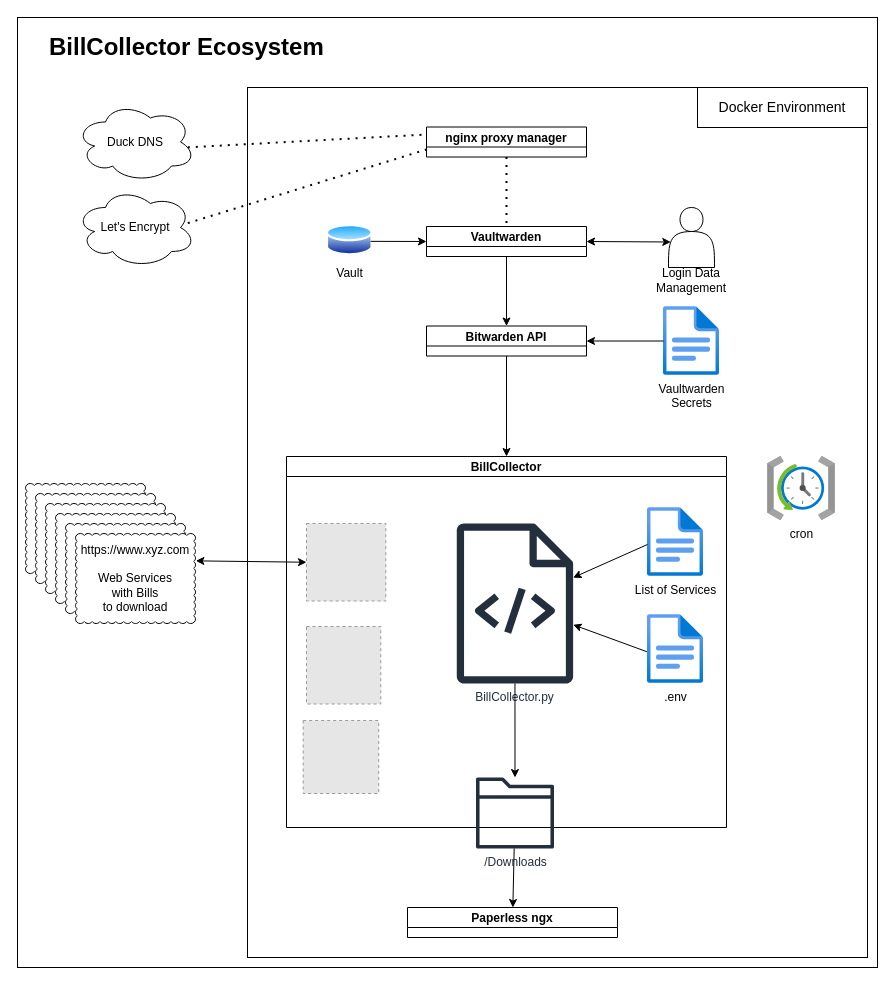
Before: page "Seite-1" (1 of 2) of doc/BillCollector.drawio in s-t-e-f-a-n/BillCollector, a draw.io diagram. Source tidied: cells renumbered, new cells numbered last; positions are measured from the earlier drawing's top-left corner, leaving out a move shared by most shapes. Both pictures are drawn from the tidied source at 100%, with x=0, y=0 at pixel (17, 17). Pictures stored in the file or linked from it are replaced by grey dashed boxes.
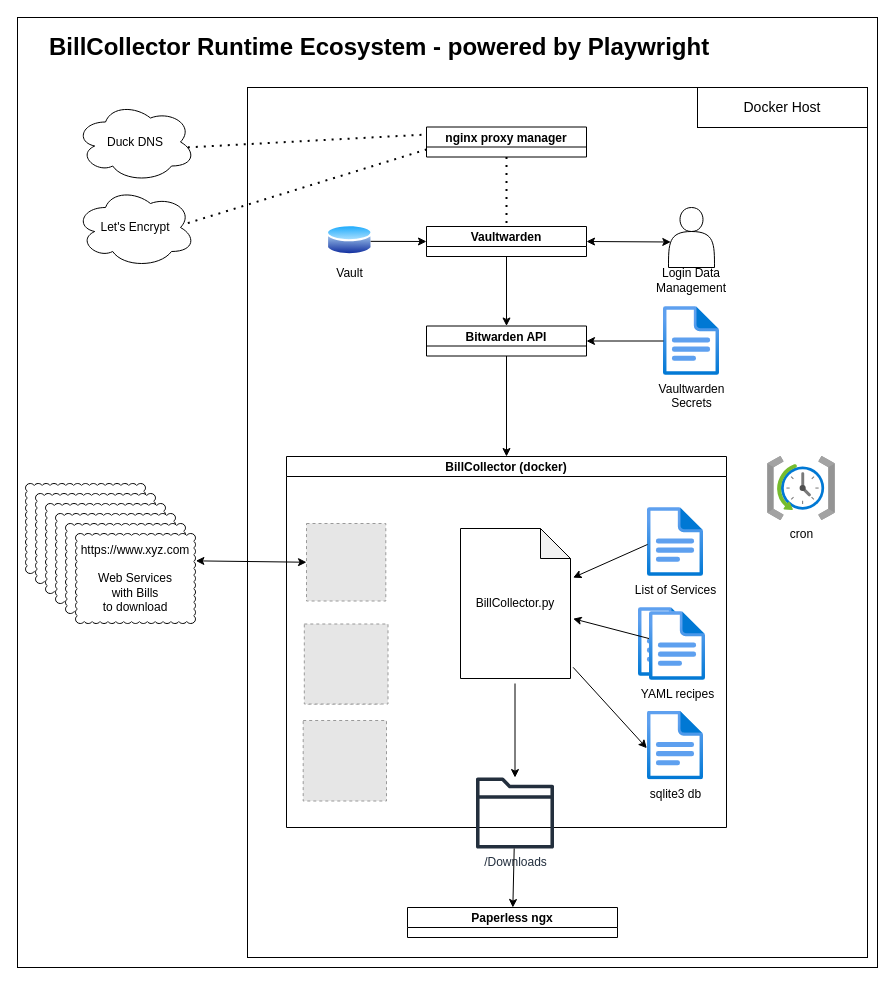
The same diagram, later.

Commit message (it also covers changes not shown here):
Added repo blockdiagram.

The change refers to these unchanged cells:
```xml
<mxCell id="11" value="List of Services" style="image;html=1;points=[];align=center;fontSize=12;image=img/lib/azure2/general/File.svg;" parent="10" vertex="1">
  <mxGeometry x="361" y="51" width="56" height="69" as="geometry" />
</mxCell>
<mxCell id="17" value="/Downloads" style="sketch=0;outlineConnect=0;fontColor=#232F3E;gradientColor=none;fillColor=#232F3D;strokeColor=none;dashed=0;verticalLabelPosition=bottom;verticalAlign=top;align=center;html=1;fontSize=12;fontStyle=0;shape=mxgraph.aws4.folder;" parent="10" vertex="1">
  <mxGeometry x="189.5" y="321" width="78" height="71" as="geometry" />
</mxCell>
```

Diff of the diagram source:
```diff
@@
-    <mxCell id="4" value="&lt;div align=&quot;left&quot;&gt;BillCollector Ecosystem&lt;/div&gt;" style="text;strokeColor=none;fillColor=none;html=1;fontSize=24;fontStyle=1;verticalAlign=middle;align=left;" parent="1" vertex="1">
-      <mxGeometry x="30" y="10" width="300" height="40" as="geometry" />
+    <mxCell id="4" value="&lt;div align=&quot;left&quot;&gt;BillCollector Runtime Ecosystem - powered by Playwright&lt;/div&gt;" style="text;strokeColor=none;fillColor=none;html=1;fontSize=24;fontStyle=1;verticalAlign=middle;align=left;" parent="1" vertex="1">
+      <mxGeometry x="30" y="10" width="390" height="40" as="geometry" />
     </mxCell>
@@
-    <mxCell id="10" value="BillCollector" style="swimlane;startSize=20;" parent="1" vertex="1">
+    <mxCell id="10" value="BillCollector (docker)" style="swimlane;startSize=20;" parent="1" vertex="1">
       <mxGeometry x="269" y="439" width="440" height="371" as="geometry" />
     </mxCell>
@@
     <mxCell id="14" style="fillColor=#E6E6E6;strokeColor=#999999;dashed=1;verticalLabelPosition=bottom;labelBackgroundColor=default;verticalAlign=top;" parent="10" vertex="1">
-      <mxGeometry x="16.7" y="264" width="75.5" height="73" as="geometry" />
+      <mxGeometry x="16.7" y="264" width="83.3" height="80.5" as="geometry" />
     </mxCell>
-    <mxCell id="15" value="BillCollector.py" style="sketch=0;outlineConnect=0;fontColor=#232F3E;gradientColor=none;fillColor=#232F3D;strokeColor=none;dashed=0;verticalLabelPosition=bottom;verticalAlign=top;align=center;html=1;fontSize=12;fontStyle=0;shape=mxgraph.aws4.source_code;" parent="10" vertex="1">
-      <mxGeometry x="170" y="67" width="116.9" height="160" as="geometry" />
-    </mxCell>
-    <mxCell id="16" style="endArrow=classic;html=1;rounded=0;exitX=0;exitY=0.536;exitDx=0;exitDy=0;exitPerimeter=0;" parent="10" edge="1" source="11" target="15">
-      <mxGeometry relative="1" as="geometry" />
+    <mxCell id="16" style="endArrow=classic;html=1;rounded=0;exitX=0;exitY=0.536;exitDx=0;exitDy=0;exitPerimeter=0;" parent="10" edge="1" source="11">
+      <mxGeometry relative="1" as="geometry">
+        <mxPoint x="286.6" y="121.1" as="targetPoint" />
+      </mxGeometry>
     </mxCell>
@@
-    <mxCell id="18" value=".env" style="image;html=1;points=[];align=center;fontSize=12;image=img/lib/azure2/general/File.svg;" parent="10" vertex="1">
-      <mxGeometry x="361" y="158" width="56" height="69" as="geometry" />
+    <mxCell id="18" value="sqlite3 db" style="image;html=1;points=[];align=center;fontSize=12;image=img/lib/azure2/general/File.svg;" parent="10" vertex="1">
+      <mxGeometry x="361" y="254.5" width="56" height="69" as="geometry" />
     </mxCell>
-    <mxCell id="19" style="endArrow=classic;html=1;rounded=0;exitX=-0.012;exitY=0.539;exitDx=0;exitDy=0;exitPerimeter=0;" parent="10" edge="1" source="18" target="15">
-      <mxGeometry relative="1" as="geometry" />
+    <mxCell id="19" style="endArrow=classic;html=1;rounded=0;entryX=-0.012;entryY=0.539;entryDx=0;entryDy=0;entryPerimeter=0;" parent="10" edge="1" target="18">
+      <mxGeometry relative="1" as="geometry">
+        <mxPoint x="286.6" y="210.8" as="sourcePoint" />
+      </mxGeometry>
     </mxCell>
-    <mxCell id="20" style="endArrow=classic;html=1;rounded=0;" parent="10" edge="1" source="15" target="17">
-      <mxGeometry relative="1" as="geometry" />
+    <mxCell id="20" style="endArrow=classic;html=1;rounded=0;" parent="10" edge="1" target="17">
+      <mxGeometry relative="1" as="geometry">
+        <mxPoint x="228.5" y="227" as="sourcePoint" />
+      </mxGeometry>
     </mxCell>
+    <mxCell id="44" style="fillColor=#E6E6E6;strokeColor=#999999;dashed=1;verticalLabelPosition=bottom;verticalAlign=top;" parent="10" vertex="1">
+      <mxGeometry x="17.8" y="167.5" width="83.7" height="80" as="geometry" />
+    </mxCell>
@@
-    <mxCell id="43" value="&lt;div&gt;&lt;span style=&quot;font-size: 14px; background-color: transparent;&quot;&gt;Docker Environment&lt;/span&gt;&lt;br&gt;&lt;/div&gt;" style="whiteSpace=wrap;html=1;" parent="1" vertex="1">
+    <mxCell id="43" value="&lt;div&gt;&lt;span style=&quot;font-size: 14px; background-color: transparent;&quot;&gt;Docker Host&lt;/span&gt;&lt;br&gt;&lt;/div&gt;" style="whiteSpace=wrap;html=1;" parent="1" vertex="1">
       <mxGeometry x="680" y="70" width="170" height="40" as="geometry" />
     </mxCell>
+    <mxCell id="45" style="image;html=1;align=center;fontSize=12;image=img/lib/azure2/general/File.svg;" parent="1" vertex="1">
+      <mxGeometry x="621" y="590" width="56" height="69" as="geometry" />
+    </mxCell>
+    <mxCell id="46" style="edgeStyle=none;html=1;" parent="1" edge="1" source="47">
+      <mxGeometry relative="1" as="geometry">
+        <mxPoint x="555.6" y="601.2" as="targetPoint" />
+      </mxGeometry>
+    </mxCell>
+    <mxCell id="47" value="YAML recipes" style="image;html=1;points=[];align=center;fontSize=12;image=img/lib/azure2/general/File.svg;" parent="1" vertex="1">
+      <mxGeometry x="632" y="594" width="56" height="69" as="geometry" />
+    </mxCell>
+    <mxCell id="15" value="BillCollector.py" style="shape=note;whiteSpace=wrap;html=1;backgroundOutline=1;darkOpacity=0.05;" parent="1" vertex="1">
+      <mxGeometry x="443" y="511" width="110" height="150" as="geometry" />
+    </mxCell>
```
